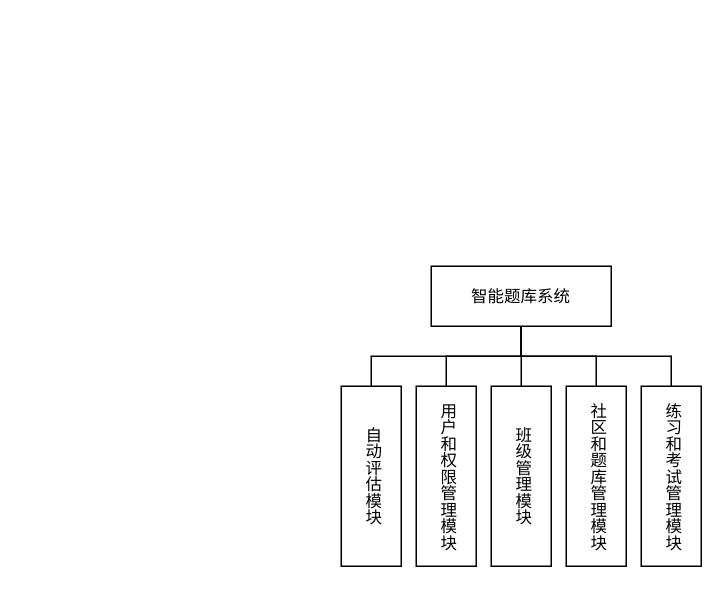
Before: page "总体结构图" (1 of 8) of 系统总体结构图.drawio in 2302680972/lighteny_diagrams, a draw.io diagram. Source tidied: cells renumbered, new cells numbered last; positions are measured from the earlier drawing's top-left corner, leaving out a move shared by most shapes. Both pictures are drawn from the tidied source at 150%, with x=0, y=0 at pixel (340, 266).
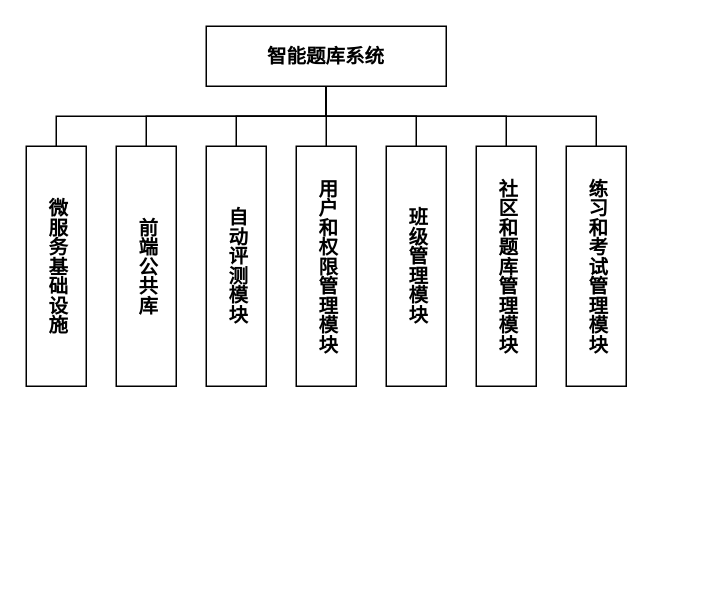
Above is the later version.

The edit, as a diff of the source:
```diff
@@
+    <mxCell id="13" style="edgeStyle=orthogonalEdgeStyle;rounded=0;jettySize=auto;html=1;fontSize=13;fontFamily=宋体;endArrow=none;endFill=0;fontStyle=1;textDirection=vertical-lr;" parent="1" edge="1" source="2" target="20">
+      <mxGeometry relative="1" as="geometry">
+        <Array as="points">
+          <mxPoint x="-10" y="-100" />
+          <mxPoint x="-190" y="-100" />
+        </Array>
+      </mxGeometry>
+    </mxCell>
+    <mxCell id="14" style="edgeStyle=orthogonalEdgeStyle;rounded=0;jettySize=auto;html=1;fontSize=13;fontFamily=宋体;endArrow=none;endFill=0;fontStyle=1;textDirection=vertical-lr;" parent="1" edge="1" source="2" target="21">
+      <mxGeometry relative="1" as="geometry">
+        <Array as="points">
+          <mxPoint x="-10" y="-100" />
+          <mxPoint x="-130" y="-100" />
+        </Array>
+      </mxGeometry>
+    </mxCell>
+    <mxCell id="15" style="edgeStyle=orthogonalEdgeStyle;rounded=0;jettySize=auto;html=1;fontSize=13;fontFamily=宋体;endArrow=none;endFill=0;fontStyle=1;textDirection=vertical-lr;" parent="1" edge="1" source="2" target="22">
+      <mxGeometry relative="1" as="geometry" />
+    </mxCell>
+    <mxCell id="16" style="edgeStyle=orthogonalEdgeStyle;rounded=0;jettySize=auto;html=1;fontSize=13;fontFamily=宋体;endArrow=none;endFill=0;fontStyle=1;textDirection=vertical-lr;" parent="1" edge="1" source="2" target="4">
+      <mxGeometry relative="1" as="geometry" />
+    </mxCell>
+    <mxCell id="17" style="edgeStyle=orthogonalEdgeStyle;rounded=0;jettySize=auto;html=1;fontSize=13;fontFamily=宋体;endArrow=none;endFill=0;fontStyle=1;textDirection=vertical-lr;" parent="1" edge="1" source="2" target="5">
+      <mxGeometry relative="1" as="geometry" />
+    </mxCell>
+    <mxCell id="18" style="edgeStyle=orthogonalEdgeStyle;rounded=0;jettySize=auto;html=1;fontSize=13;fontFamily=宋体;endArrow=none;endFill=0;fontStyle=1;textDirection=vertical-lr;" parent="1" edge="1" source="2" target="6">
+      <mxGeometry relative="1" as="geometry">
+        <Array as="points">
+          <mxPoint x="-10" y="-100" />
+          <mxPoint x="110" y="-100" />
+        </Array>
+      </mxGeometry>
+    </mxCell>
+    <mxCell id="19" style="edgeStyle=orthogonalEdgeStyle;rounded=0;jettySize=auto;html=1;fontSize=13;fontFamily=宋体;endArrow=none;endFill=0;fontStyle=1;textDirection=vertical-lr;" parent="1" edge="1" source="2" target="7">
+      <mxGeometry relative="1" as="geometry">
+        <Array as="points">
+          <mxPoint x="-10" y="-100" />
+          <mxPoint x="170" y="-100" />
+        </Array>
+      </mxGeometry>
+    </mxCell>
-    <mxCell id="2" value="智能题库系统" style="rounded=0;whiteSpace=wrap;html=1;fontSize=11;strokeWidth=1;" parent="1" vertex="1">
-      <mxGeometry x="60" width="120" height="40" as="geometry" />
+    <mxCell id="2" value="智能题库系统" style="rounded=0;whiteSpace=wrap;html=1;strokeWidth=1;fontSize=13;fontFamily=宋体;fontStyle=1;textDirection=ltr;" parent="1" vertex="1">
+      <mxGeometry x="-90" y="-160" width="160" height="40" as="geometry" />
     </mxCell>
-    <mxCell id="3" value="自动评估模块" style="rounded=0;whiteSpace=wrap;html=1;textDirection=vertical-lr;fontSize=11;strokeWidth=1;" parent="1" vertex="1">
-      <mxGeometry y="80" width="40" height="120" as="geometry" />
-    </mxCell>
+    <mxCell id="20" value="微服务基础设施" style="rounded=0;whiteSpace=wrap;html=1;textDirection=vertical-lr;strokeWidth=1;fontSize=13;fontFamily=宋体;fontStyle=1;" parent="1" vertex="1">
+      <mxGeometry x="-210" y="-80" width="40" height="160" as="geometry" />
+    </mxCell>
+    <mxCell id="21" value="前端公共库" style="rounded=0;whiteSpace=wrap;html=1;textDirection=vertical-lr;strokeWidth=1;fontSize=13;fontFamily=宋体;fontStyle=1;" parent="1" vertex="1">
+      <mxGeometry x="-150" y="-80" width="40" height="160" as="geometry" />
+    </mxCell>
-    <mxCell id="4" value="用户和权限管理模块" style="rounded=0;whiteSpace=wrap;html=1;textDirection=vertical-lr;fontSize=11;strokeWidth=1;" parent="1" vertex="1">
-      <mxGeometry x="50" y="80" width="40" height="120" as="geometry" />
+    <mxCell id="4" value="用户和权限管理模块" style="rounded=0;whiteSpace=wrap;html=1;textDirection=vertical-lr;strokeWidth=1;fontSize=13;fontFamily=宋体;fontStyle=1;" parent="1" vertex="1">
+      <mxGeometry x="-30" y="-80" width="40" height="160" as="geometry" />
     </mxCell>
-    <mxCell id="5" value="班级管理模块" style="rounded=0;whiteSpace=wrap;html=1;textDirection=vertical-lr;fontSize=11;strokeWidth=1;" parent="1" vertex="1">
-      <mxGeometry x="100" y="80" width="40" height="120" as="geometry" />
+    <mxCell id="5" value="班级管理模块" style="rounded=0;whiteSpace=wrap;html=1;textDirection=vertical-lr;strokeWidth=1;fontSize=13;fontFamily=宋体;fontStyle=1;" parent="1" vertex="1">
+      <mxGeometry x="30" y="-80" width="40" height="160" as="geometry" />
     </mxCell>
+    <mxCell id="7" value="练习和考试管理模块" style="rounded=0;whiteSpace=wrap;html=1;textDirection=vertical-lr;strokeWidth=1;fontSize=13;fontFamily=宋体;fontStyle=1;" parent="1" vertex="1">
+      <mxGeometry x="150" y="-80" width="40" height="160" as="geometry" />
+    </mxCell>
+    <mxCell id="22" value="自动评测模块" style="rounded=0;whiteSpace=wrap;html=1;textDirection=vertical-lr;strokeWidth=1;fontSize=13;fontFamily=宋体;fontStyle=1;" parent="1" vertex="1">
+      <mxGeometry x="-90" y="-80" width="40" height="160" as="geometry" />
+    </mxCell>
-    <mxCell id="6" value="社区和题库管理模块" style="rounded=0;whiteSpace=wrap;html=1;textDirection=vertical-lr;fontSize=11;strokeWidth=1;" parent="1" vertex="1">
-      <mxGeometry x="150" y="80" width="40" height="120" as="geometry" />
+    <mxCell id="6" value="社区和题库管理模块" style="rounded=0;whiteSpace=wrap;html=1;textDirection=vertical-lr;strokeWidth=1;fontSize=13;fontFamily=宋体;fontStyle=1;" parent="1" vertex="1">
+      <mxGeometry x="90" y="-80" width="40" height="160" as="geometry" />
     </mxCell>
-    <mxCell id="7" value="练习和考试管理模块" style="rounded=0;whiteSpace=wrap;html=1;textDirection=vertical-lr;fontSize=11;strokeWidth=1;" parent="1" vertex="1">
-      <mxGeometry x="200" y="80" width="40" height="120" as="geometry" />
-    </mxCell>
-    <mxCell id="8" style="endArrow=none;html=1;rounded=0;exitX=0.5;exitY=0;exitDx=0;exitDy=0;entryX=0.5;entryY=1;entryDx=0;entryDy=0;fontSize=11;strokeWidth=1;" parent="1" edge="1" source="3" target="2">
-      <mxGeometry relative="1" as="geometry">
-        <Array as="points">
-          <mxPoint x="20" y="60" />
-          <mxPoint x="120" y="60" />
-        </Array>
-      </mxGeometry>
-    </mxCell>
-    <mxCell id="9" style="endArrow=none;html=1;rounded=0;exitX=0.5;exitY=0;exitDx=0;exitDy=0;entryX=0.5;entryY=1;entryDx=0;entryDy=0;fontSize=11;strokeWidth=1;" parent="1" edge="1" source="4" target="2">
-      <mxGeometry relative="1" as="geometry">
-        <Array as="points">
-          <mxPoint x="70" y="60" />
-          <mxPoint x="120" y="60" />
-        </Array>
-      </mxGeometry>
-    </mxCell>
-    <mxCell id="10" style="endArrow=none;html=1;rounded=0;exitX=0.5;exitY=0;exitDx=0;exitDy=0;entryX=0.5;entryY=1;entryDx=0;entryDy=0;fontSize=11;strokeWidth=1;" parent="1" edge="1" source="5" target="2">
-      <mxGeometry relative="1" as="geometry">
-        <Array as="points">
-          <mxPoint x="120" y="60" />
-        </Array>
-      </mxGeometry>
-    </mxCell>
-    <mxCell id="11" style="endArrow=none;html=1;rounded=0;exitX=0.5;exitY=0;exitDx=0;exitDy=0;entryX=0.5;entryY=1;entryDx=0;entryDy=0;fontSize=11;strokeWidth=1;" parent="1" edge="1" source="6" target="2">
-      <mxGeometry relative="1" as="geometry">
-        <Array as="points">
-          <mxPoint x="170" y="60" />
-          <mxPoint x="120" y="60" />
-        </Array>
-      </mxGeometry>
-    </mxCell>
-    <mxCell id="12" style="endArrow=none;html=1;rounded=0;exitX=0.5;exitY=0;exitDx=0;exitDy=0;entryX=0.5;entryY=1;entryDx=0;entryDy=0;fontSize=11;strokeWidth=1;" parent="1" edge="1" source="7" target="2">
-      <mxGeometry relative="1" as="geometry">
-        <Array as="points">
-          <mxPoint x="220" y="60" />
-          <mxPoint x="120" y="60" />
-        </Array>
-      </mxGeometry>
-    </mxCell>
```
